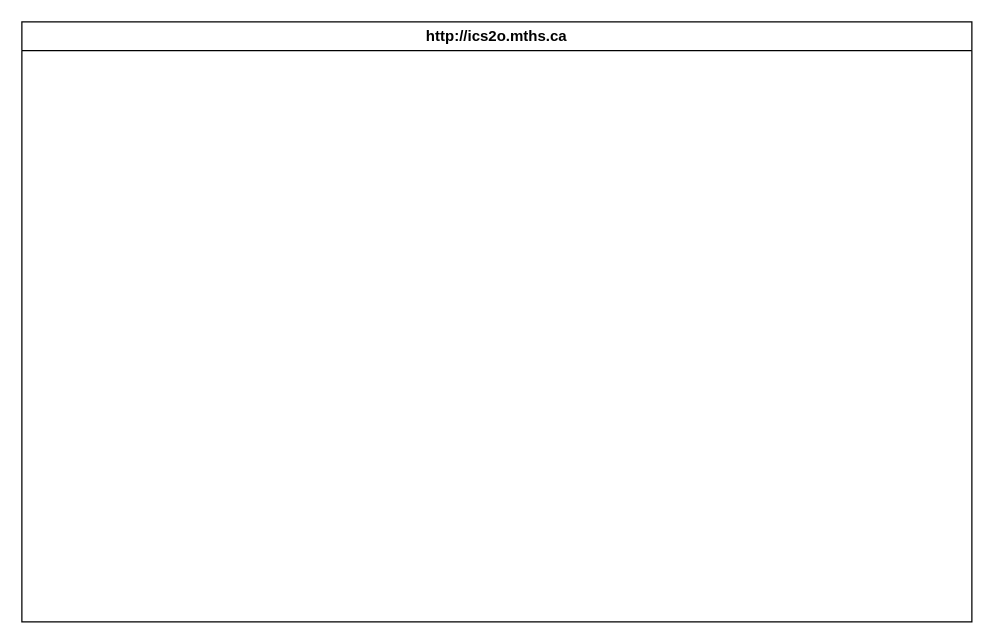
MTHS-ICS2O-2-2022/ICS2O-Unit-3-04-Yuri-Gabutero24 keeps this draw.io diagram as design/storyboard.drawio. Above is the earlier version. Source tidied: cells renumbered, new cells numbered last; positions are measured from the earlier drawing's top-left corner, leaving out a move shared by most shapes. Both pictures are drawn from the tidied source at 125%, with x=0, y=0 at pixel (21, 21).
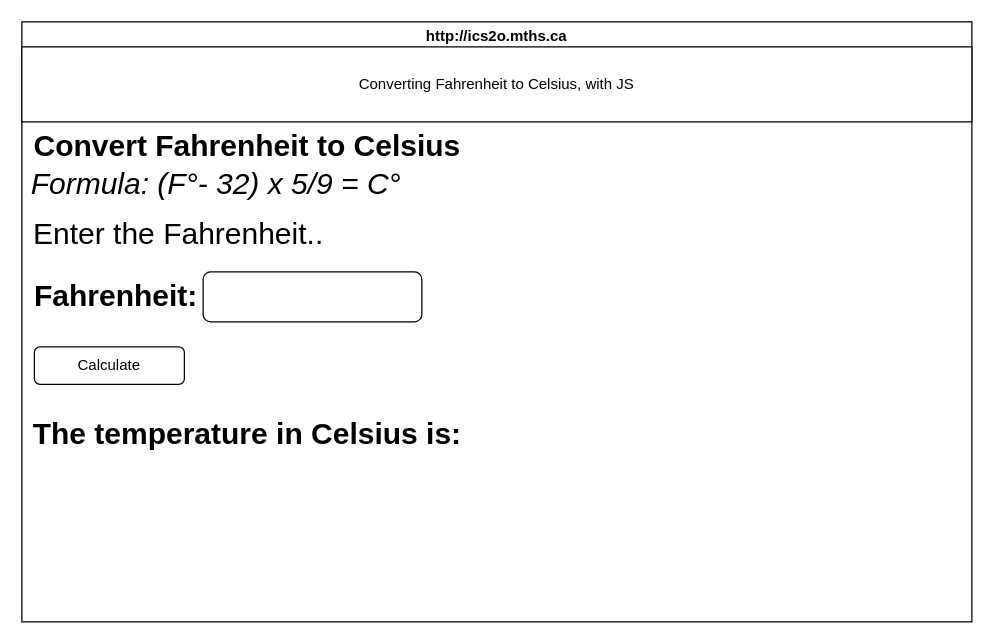
The same page after the edit.

Change to the diagram source:
```diff
@@
 <mxGraphModel>
   <root>
     <mxCell id="0" />
     <mxCell id="1" parent="0" />
     <mxCell id="2" value="http://ics2o.mths.ca" style="swimlane;whiteSpace=wrap;html=1;" parent="1" vertex="1">
       <mxGeometry width="760" height="480" as="geometry" />
     </mxCell>
+    <mxCell id="3" value="Converting Fahrenheit to Celsius, with JS" style="rounded=0;whiteSpace=wrap;html=1;" parent="2" vertex="1">
+      <mxGeometry y="20" width="760" height="60" as="geometry" />
+    </mxCell>
+    <mxCell id="4" value="Convert Fahrenheit to Celsius" style="text;strokeColor=none;fillColor=none;html=1;fontSize=24;fontStyle=1;verticalAlign=middle;align=center;" parent="2" vertex="1">
+      <mxGeometry x="130" y="80" width="100" height="40" as="geometry" />
+    </mxCell>
+    <mxCell id="5" value="&lt;span style=&quot;font-weight: normal;&quot;&gt;Enter the Fahrenheit..&lt;/span&gt;" style="text;strokeColor=none;fillColor=none;html=1;fontSize=24;fontStyle=1;verticalAlign=middle;align=center;" parent="2" vertex="1">
+      <mxGeometry x="75" y="150" width="100" height="40" as="geometry" />
+    </mxCell>
+    <mxCell id="6" value="Fahrenheit:" style="text;strokeColor=none;fillColor=none;html=1;fontSize=24;fontStyle=1;verticalAlign=middle;align=center;" parent="2" vertex="1">
+      <mxGeometry x="25" y="200" width="100" height="40" as="geometry" />
+    </mxCell>
+    <mxCell id="7" style="rounded=1;whiteSpace=wrap;html=1;" parent="2" vertex="1">
+      <mxGeometry x="145" y="200" width="175" height="40" as="geometry" />
+    </mxCell>
+    <mxCell id="8" value="The temperature in Celsius is:" style="text;strokeColor=none;fillColor=none;html=1;fontSize=24;fontStyle=1;verticalAlign=middle;align=center;" parent="2" vertex="1">
+      <mxGeometry x="130" y="310" width="100" height="40" as="geometry" />
+    </mxCell>
+    <mxCell id="9" value="&lt;i style=&quot;&quot;&gt;&lt;span style=&quot;font-weight: normal;&quot;&gt;Formula: (F&lt;/span&gt;&lt;span style=&quot;font-weight: 400;&quot;&gt;°&lt;/span&gt;&lt;span style=&quot;font-weight: normal;&quot;&gt;- 32) x 5/9 = C&lt;/span&gt;&lt;/i&gt;&lt;span style=&quot;font-weight: 400;&quot;&gt;&lt;i&gt;°&lt;/i&gt;&lt;/span&gt;" style="text;strokeColor=none;fillColor=none;html=1;fontSize=24;fontStyle=1;verticalAlign=middle;align=center;" parent="2" vertex="1">
+      <mxGeometry x="105" y="110" width="100" height="40" as="geometry" />
+    </mxCell>
+    <mxCell id="10" value="Calculate" style="rounded=1;whiteSpace=wrap;html=1;" parent="2" vertex="1">
+      <mxGeometry x="10" y="260" width="120" height="30" as="geometry" />
+    </mxCell>
   </root>
 </mxGraphModel>
```
